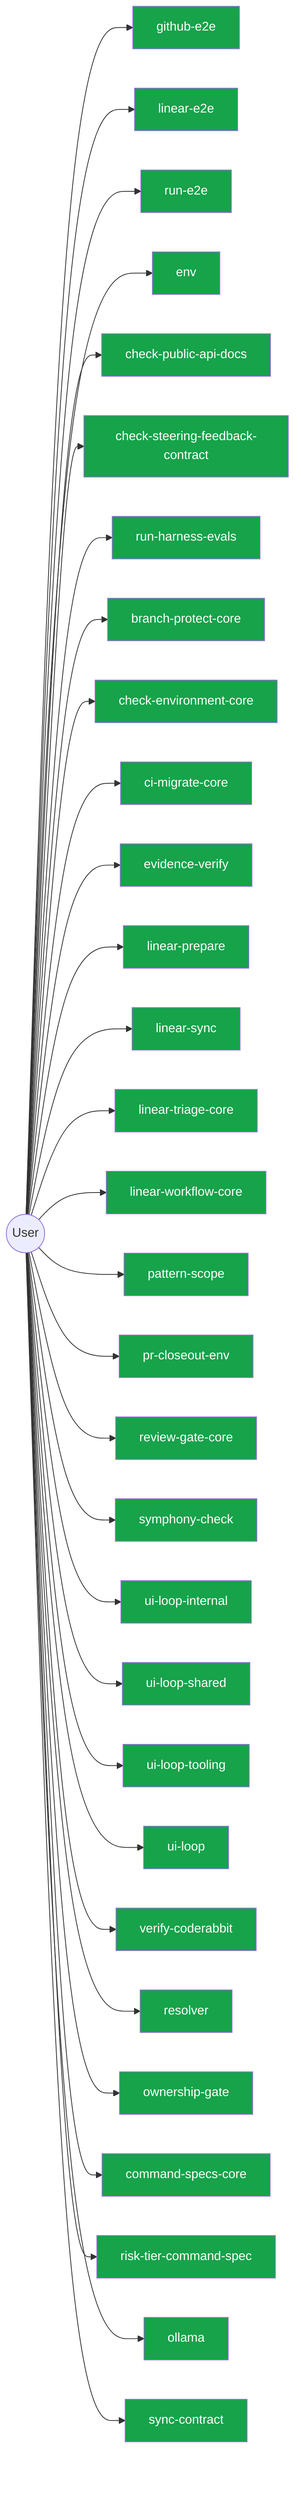
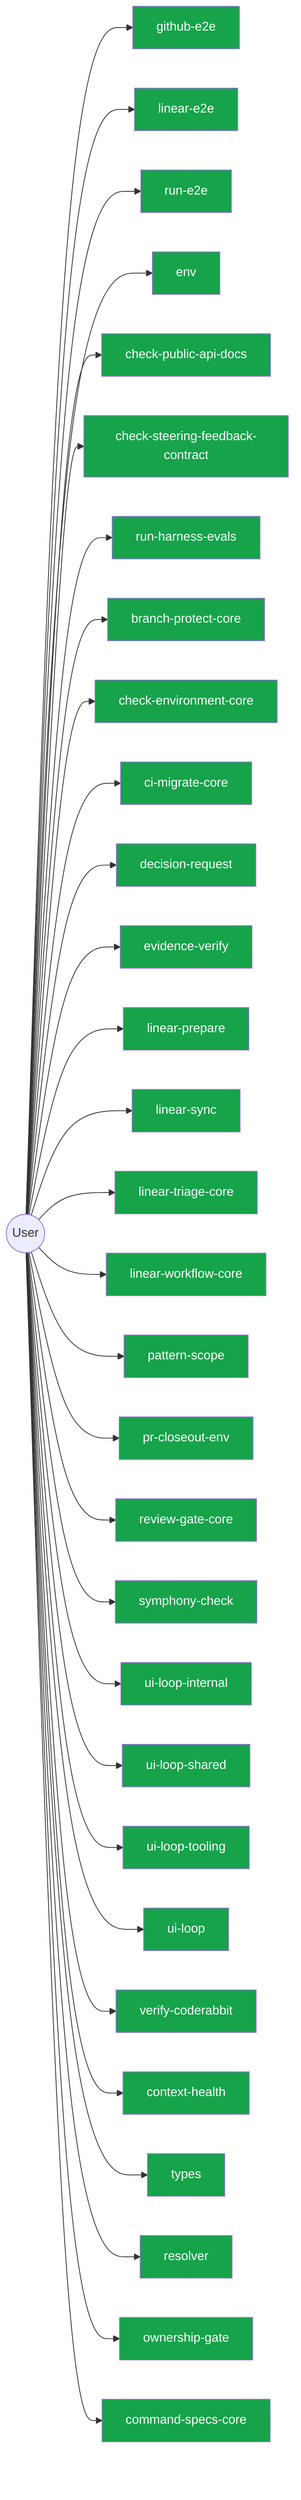
flowchart LR
  User(("User"))
  github_e2e_2891a341["github-e2e"]
  User --> github_e2e_2891a341
  linear_e2e_decf3708["linear-e2e"]
  User --> linear_e2e_decf3708
  run_e2e_39efe696["run-e2e"]
  User --> run_e2e_39efe696
  env_b77349bf["env"]
  User --> env_b77349bf
  check_public_api_docs_a9604f1b["check-public-api-docs"]
  User --> check_public_api_docs_a9604f1b
  check_steering_feedback_contract_80134459["check-steering-feedback-contract"]
  User --> check_steering_feedback_contract_80134459
  run_harness_evals_77704768["run-harness-evals"]
  User --> run_harness_evals_77704768
  branch_protect_core_a8feb0fd["branch-protect-core"]
  User --> branch_protect_core_a8feb0fd
  check_environment_core_2c16213f["check-environment-core"]
  User --> check_environment_core_2c16213f
  ci_migrate_core_7005b5af["ci-migrate-core"]
  User --> ci_migrate_core_7005b5af
+   decision_request_118a770d["decision-request"]
+   User --> decision_request_118a770d
  evidence_verify_3b73c290["evidence-verify"]
  User --> evidence_verify_3b73c290
  linear_prepare_0c613ba6["linear-prepare"]
  User --> linear_prepare_0c613ba6
  linear_sync_a2fa2bf7["linear-sync"]
  User --> linear_sync_a2fa2bf7
  linear_triage_core_7cbca73e["linear-triage-core"]
  User --> linear_triage_core_7cbca73e
  linear_workflow_core_0e19cff4["linear-workflow-core"]
  User --> linear_workflow_core_0e19cff4
  pattern_scope_61ff946d["pattern-scope"]
  User --> pattern_scope_61ff946d
  pr_closeout_env_9bfcd9ef["pr-closeout-env"]
  User --> pr_closeout_env_9bfcd9ef
  review_gate_core_4c8001f9["review-gate-core"]
  User --> review_gate_core_4c8001f9
  symphony_check_e97f2ea0["symphony-check"]
  User --> symphony_check_e97f2ea0
  ui_loop_internal_f2eb8892["ui-loop-internal"]
  User --> ui_loop_internal_f2eb8892
  ui_loop_shared_8c83b841["ui-loop-shared"]
  User --> ui_loop_shared_8c83b841
  ui_loop_tooling_12b2d2c7["ui-loop-tooling"]
  User --> ui_loop_tooling_12b2d2c7
  ui_loop_11660889["ui-loop"]
  User --> ui_loop_11660889
  verify_coderabbit_490b4e71["verify-coderabbit"]
  User --> verify_coderabbit_490b4e71
+   context_health_1_ceb11829["context-health"]
+   User --> context_health_1_ceb11829
+   types_1_4ecdf56e["types"]
+   User --> types_1_4ecdf56e
  resolver_439c3635["resolver"]
  User --> resolver_439c3635
  ownership_gate_2e194d13["ownership-gate"]
  User --> ownership_gate_2e194d13
  command_specs_core_1c0ffc99["command-specs-core"]
  User --> command_specs_core_1c0ffc99
-   risk_tier_command_spec_127e876c["risk-tier-command-spec"]
-   User --> risk_tier_command_spec_127e876c
-   ollama_76e3c7bf["ollama"]
-   User --> ollama_76e3c7bf
-   sync_contract_c79fa191["sync-contract"]
-   User --> sync_contract_c79fa191
  classDef userNode fill:#16a34a,color:#fff
-   class github_e2e_2891a341,linear_e2e_decf3708,run_e2e_39efe696,env_b77349bf,check_public_api_docs_a9604f1b,check_steering_feedback_contract_80134459,run_harness_evals_77704768,branch_protect_core_a8feb0fd,check_environment_core_2c16213f,ci_migrate_core_7005b5af,evidence_verify_3b73c290,linear_prepare_0c613ba6,linear_sync_a2fa2bf7,linear_triage_core_7cbca73e,linear_workflow_core_0e19cff4,pattern_scope_61ff946d,pr_closeout_env_9bfcd9ef,review_gate_core_4c8001f9,symphony_check_e97f2ea0,ui_loop_internal_f2eb8892,ui_loop_shared_8c83b841,ui_loop_tooling_12b2d2c7,ui_loop_11660889,verify_coderabbit_490b4e71,resolver_439c3635,ownership_gate_2e194d13,command_specs_core_1c0ffc99,risk_tier_command_spec_127e876c,ollama_76e3c7bf,sync_contract_c79fa191 userNode
+   class github_e2e_2891a341,linear_e2e_decf3708,run_e2e_39efe696,env_b77349bf,check_public_api_docs_a9604f1b,check_steering_feedback_contract_80134459,run_harness_evals_77704768,branch_protect_core_a8feb0fd,check_environment_core_2c16213f,ci_migrate_core_7005b5af,decision_request_118a770d,evidence_verify_3b73c290,linear_prepare_0c613ba6,linear_sync_a2fa2bf7,linear_triage_core_7cbca73e,linear_workflow_core_0e19cff4,pattern_scope_61ff946d,pr_closeout_env_9bfcd9ef,review_gate_core_4c8001f9,symphony_check_e97f2ea0,ui_loop_internal_f2eb8892,ui_loop_shared_8c83b841,ui_loop_tooling_12b2d2c7,ui_loop_11660889,verify_coderabbit_490b4e71,context_health_1_ceb11829,types_1_4ecdf56e,resolver_439c3635,ownership_gate_2e194d13,command_specs_core_1c0ffc99 userNode
